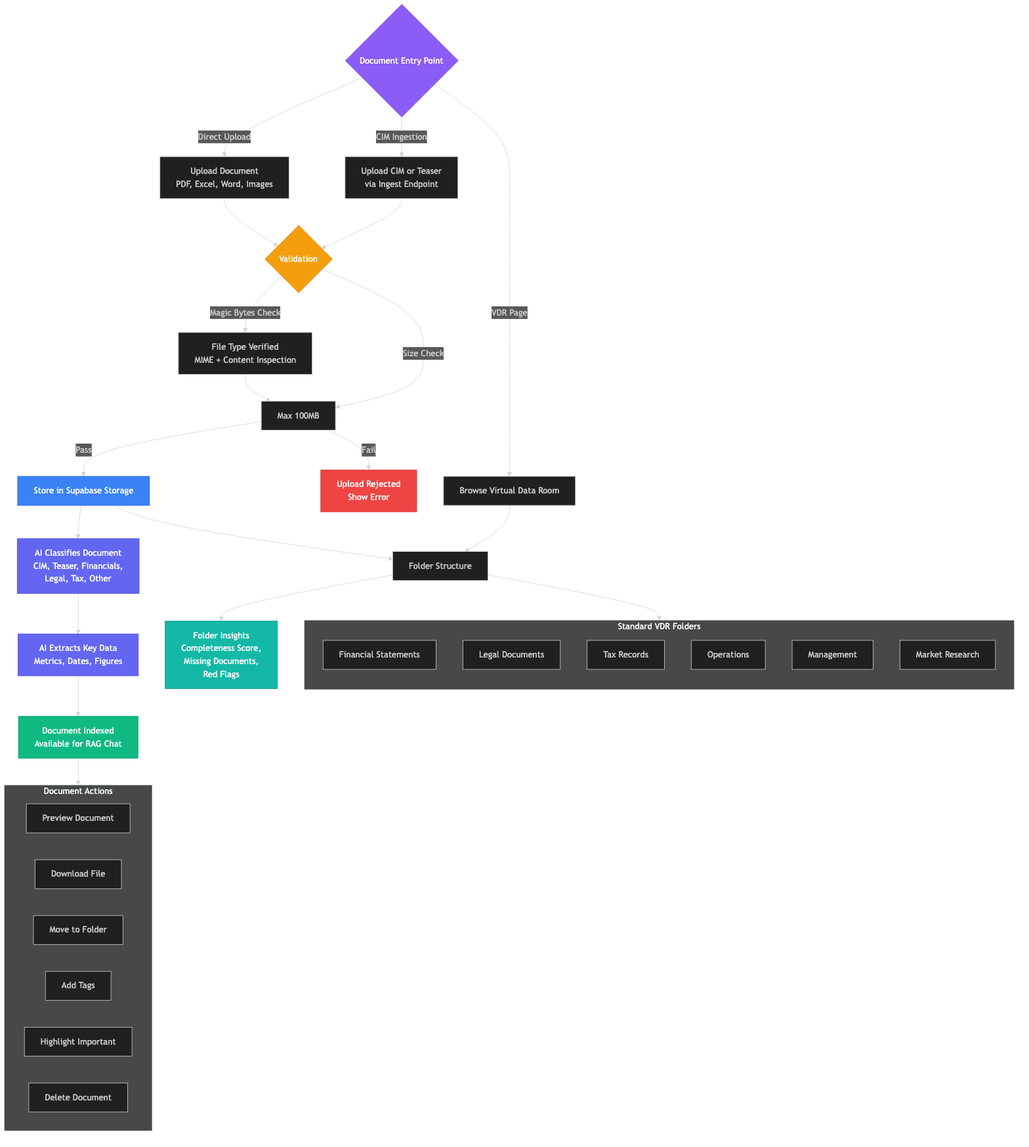
Above: docs/diagrams/03-document-vdr-flow.png in ganeshjagtap7/pe-dealstack (Mermaid), before the change. Its source is kept beside it as docs/diagrams/03-document-vdr-flow.mmd.
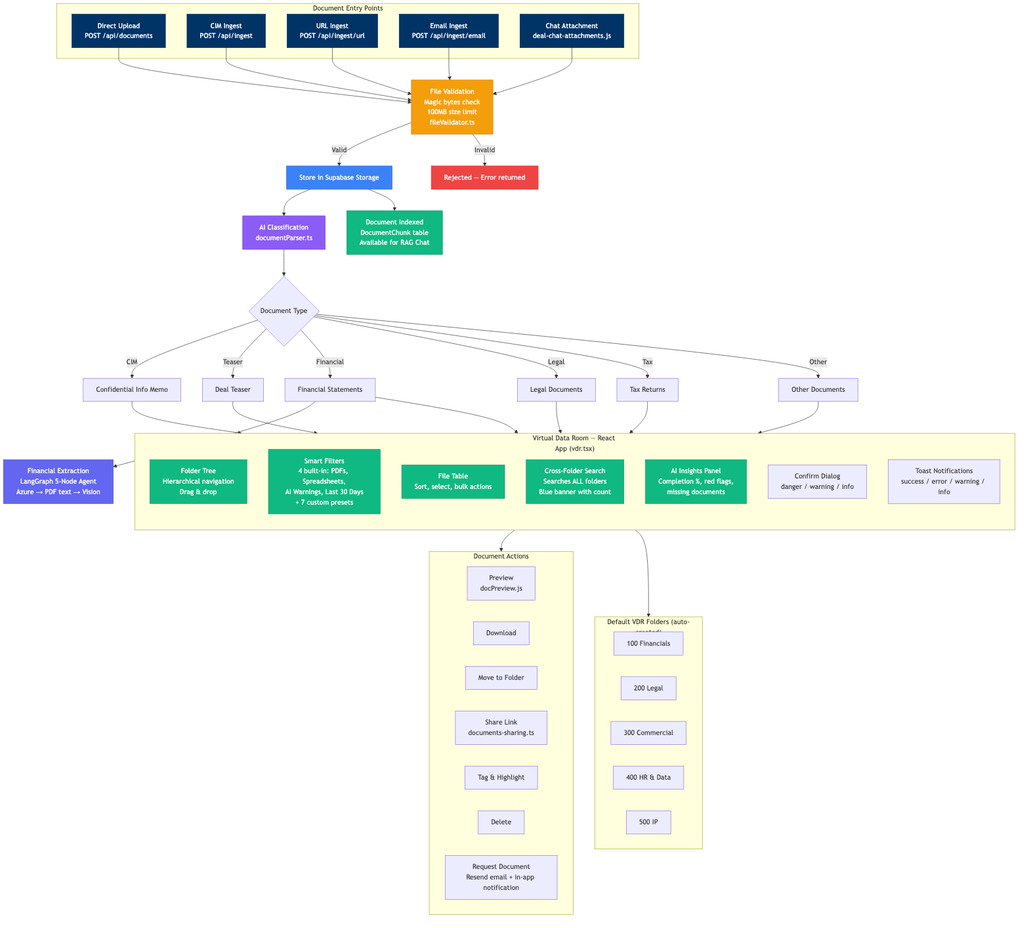
Above is the later version.

Change to the diagram source:
```diff
@@ -1,67 +1,120 @@
 flowchart TD
-    Start{Document Entry Point}
-    Start -->|Direct Upload| Upload["Upload Document
-    PDF, Excel, Word, Images"]
-    Start -->|CIM Ingestion| CIMUpload["Upload CIM or Teaser
-    via Ingest Endpoint"]
-    Start -->|VDR Page| VDRBrowse["Browse Virtual Data Room"]
+    subgraph Entry["Document Entry Points"]
+        direction LR
+        Upload["Direct Upload
+        POST /api/documents"]
+        CIMIngest["CIM Ingest
+        POST /api/ingest"]
+        URLIngest["URL Ingest
+        POST /api/ingest/url"]
+        EmailIngest["Email Ingest
+        POST /api/ingest/email"]
+        ChatAttach["Chat Attachment
+        deal-chat-attachments.js"]
+    end
 
-    Upload --> Validate{"Validation"}
-    CIMUpload --> Validate
+    Upload --> Validate
+    CIMIngest --> Validate
+    URLIngest --> Validate
+    EmailIngest --> Validate
+    ChatAttach --> Validate
 
-    Validate -->|Magic Bytes Check| TypeCheck["File Type Verified
-    MIME + Content Inspection"]
-    Validate -->|Size Check| SizeCheck["Max 100MB"]
-    TypeCheck --> SizeCheck
-    SizeCheck -->|Pass| Store["Store in Supabase Storage"]
-    SizeCheck -->|Fail| Reject["Upload Rejected
-    Show Error"]
+    Validate["File Validation
+    Magic bytes check
+    100MB size limit
+    fileValidator.ts"]
 
-    Store --> Classify["AI Classifies Document
-    CIM, Teaser, Financials,
-    Legal, Tax, Other"]
-    Classify --> Extract["AI Extracts Key Data
-    Metrics, Dates, Figures"]
-    Extract --> Index["Document Indexed
+    Validate -->|Valid| Store["Store in Supabase Storage"]
+    Validate -->|Invalid| Reject["Rejected — Error returned"]
+
+    Store --> AIClassify["AI Classification
+    documentParser.ts"]
+
+    AIClassify --> DocType{Document Type}
+    DocType -->|CIM| CIM["Confidential Info Memo"]
+    DocType -->|Teaser| Teaser["Deal Teaser"]
+    DocType -->|Financial| Financial["Financial Statements"]
+    DocType -->|Legal| Legal["Legal Documents"]
+    DocType -->|Tax| Tax["Tax Returns"]
+    DocType -->|Other| Other["Other Documents"]
+
+    Financial -->|Auto-trigger| FinExtract["Financial Extraction
+    LangGraph 5-Node Agent
+    Azure → PDF text → Vision"]
+
+    Store --> Index["Document Indexed
+    DocumentChunk table
     Available for RAG Chat"]
 
-    VDRBrowse --> FolderTree["Folder Structure"]
-
-    subgraph Folders["Standard VDR Folders"]
+    subgraph VDR["Virtual Data Room — React App (vdr.tsx)"]
         direction TB
-        F1["Financial Statements"]
-        F2["Legal Documents"]
-        F3["Tax Records"]
-        F4["Operations"]
-        F5["Management"]
-        F6["Market Research"]
+        FolderTree["Folder Tree
+        Hierarchical navigation
+        Drag & drop"]
+        SmartFilters["Smart Filters
+        4 built-in: PDFs, Spreadsheets,
+        AI Warnings, Last 30 Days
+        + 7 custom presets"]
+        FileTable["File Table
+        Sort, select, bulk actions"]
+        Search["Cross-Folder Search
+        Searches ALL folders
+        Blue banner with count"]
+        InsightsPanel["AI Insights Panel
+        Completion %, red flags,
+        missing documents"]
+        ConfirmDialog["Confirm Dialog
+        danger / warning / info"]
+        Toast["Toast Notifications
+        success / error / warning / info"]
     end
 
-    FolderTree --> Folders
-    Store --> FolderTree
+    subgraph DefaultFolders["Default VDR Folders (auto-created)"]
+        direction LR
+        F1["100 Financials"]
+        F2["200 Legal"]
+        F3["300 Commercial"]
+        F4["400 HR & Data"]
+        F5["500 IP"]
+    end
 
     subgraph DocActions["Document Actions"]
         direction LR
-        Preview["Preview Document"]
-        Download["Download File"]
+        Preview["Preview
+        docPreview.js"]
+        Download["Download"]
         Move["Move to Folder"]
-        Tag["Add Tags"]
-        Highlight["Highlight Important"]
-        Delete["Delete Document"]
+        Share["Share Link
+        documents-sharing.ts"]
+        Tag["Tag & Highlight"]
+        Delete["Delete"]
+        RequestDoc["Request Document
+        Resend email + in-app notification"]
     end
 
-    Index --> DocActions
+    CIM --> VDR
+    Teaser --> VDR
+    Financial --> VDR
+    Legal --> VDR
+    Tax --> VDR
+    Other --> VDR
 
-    FolderTree --> Insights["Folder Insights
-    Completeness Score,
-    Missing Documents,
-    Red Flags"]
+    VDR --> DocActions
+    VDR --> DefaultFolders
 
-    style Start fill:#8b5cf6,color:#fff,stroke:#7c3aed
+    style Upload fill:#003366,color:#fff,stroke:#002855
+    style CIMIngest fill:#003366,color:#fff,stroke:#002855
+    style URLIngest fill:#003366,color:#fff,stroke:#002855
+    style EmailIngest fill:#003366,color:#fff,stroke:#002855
+    style ChatAttach fill:#003366,color:#fff,stroke:#002855
     style Validate fill:#f59e0b,color:#fff,stroke:#d97706
+    style AIClassify fill:#8b5cf6,color:#fff,stroke:#7c3aed
+    style FinExtract fill:#6366f1,color:#fff,stroke:#4f46e5
+    style Reject fill:#ef4444,color:#fff,stroke:#dc2626
     style Store fill:#3b82f6,color:#fff,stroke:#2563eb
-    style Classify fill:#6366f1,color:#fff,stroke:#4f46e5
-    style Extract fill:#6366f1,color:#fff,stroke:#4f46e5
     style Index fill:#10b981,color:#fff,stroke:#059669
-    style Reject fill:#ef4444,color:#fff,stroke:#dc2626
-    style Insights fill:#14b8a6,color:#fff,stroke:#0d9488
+    style FolderTree fill:#10b981,color:#fff,stroke:#059669
+    style SmartFilters fill:#10b981,color:#fff,stroke:#059669
+    style FileTable fill:#10b981,color:#fff,stroke:#059669
+    style Search fill:#10b981,color:#fff,stroke:#059669
+    style InsightsPanel fill:#10b981,color:#fff,stroke:#059669
```
